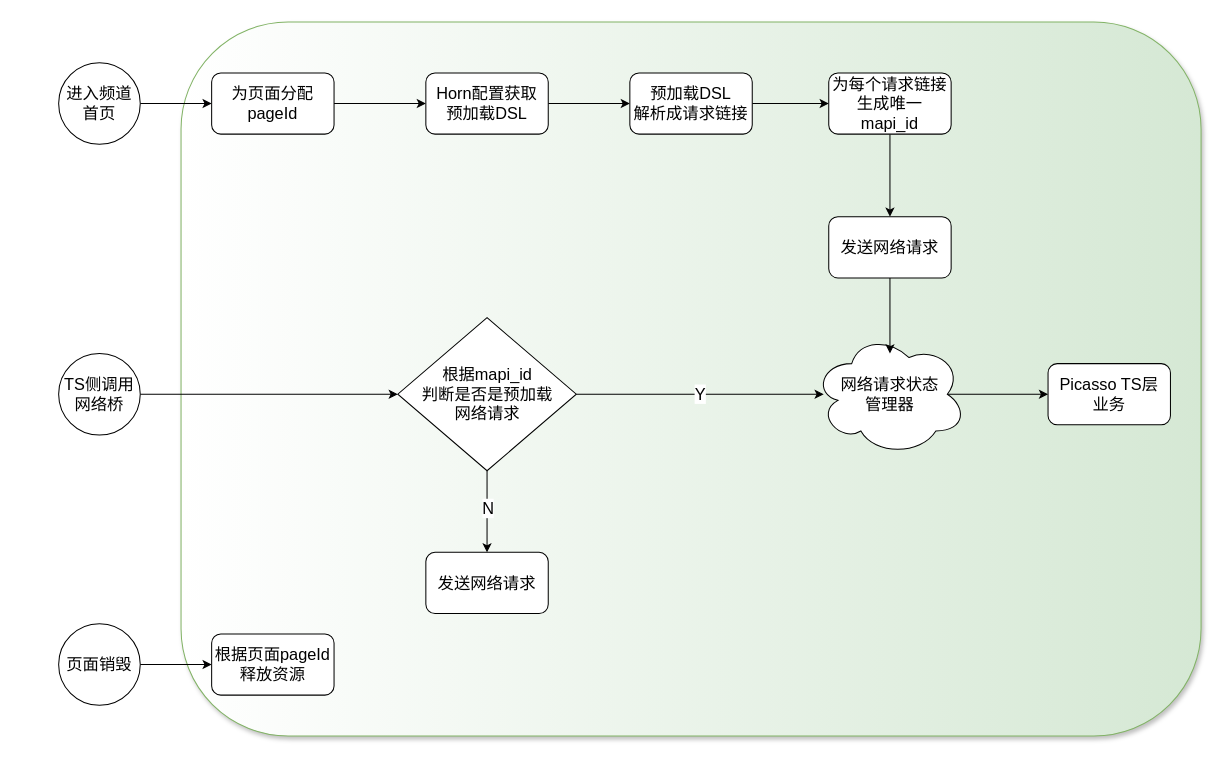
Above: page "第 6 页" (6 of 8) of 频道首页执行流程.drawio in hpk1994/shophome (draw.io), before the change. Source tidied: cells renumbered, new cells numbered last; positions are measured from the earlier drawing's top-left corner, leaving out a move shared by most shapes. Both pictures are drawn from the tidied source at 102%, with x=0, y=0 at pixel (58, 21).
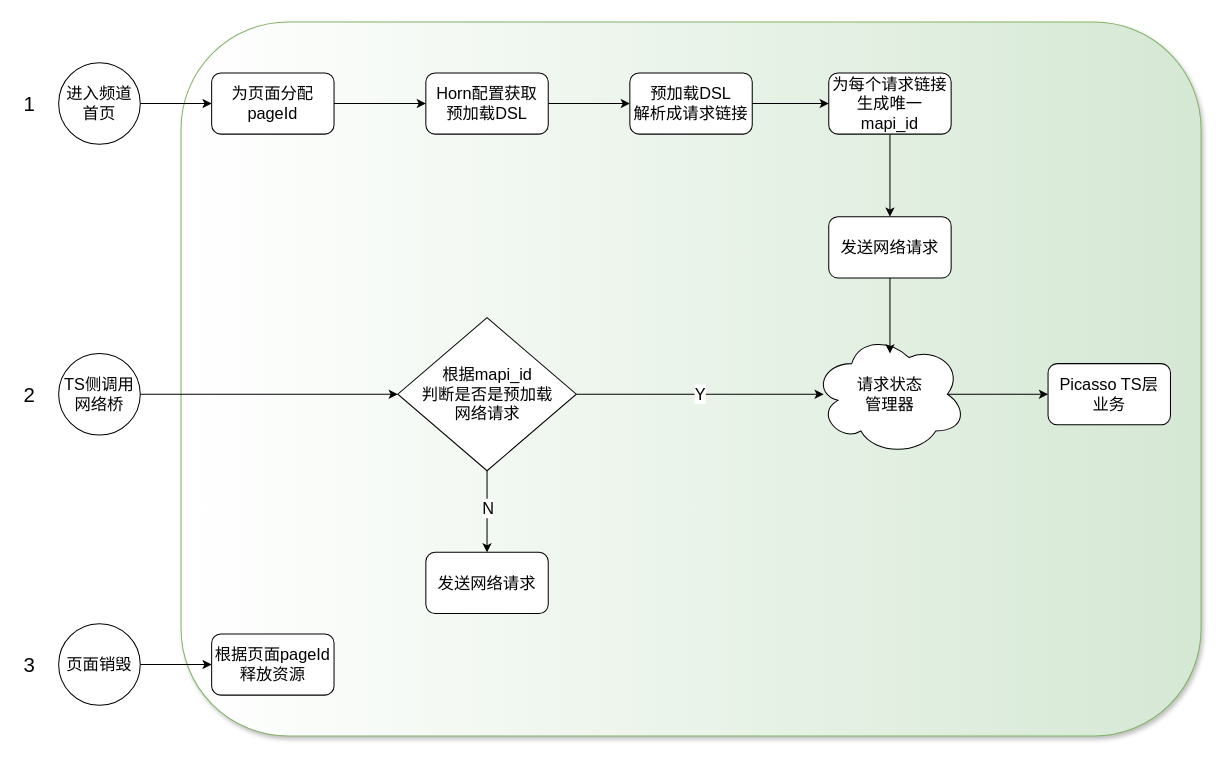
The same diagram, later.

Diff of the diagram source:
```diff
@@
-    <mxCell id="19" value="网络请求状态&lt;br&gt;管理器" style="ellipse;shape=cloud;whiteSpace=wrap;html=1;fontSize=16;" parent="1" vertex="1">
+    <mxCell id="19" value="请求状态&lt;br&gt;管理器" style="ellipse;shape=cloud;whiteSpace=wrap;html=1;fontSize=16;" parent="1" vertex="1">
       <mxGeometry x="740" y="305" width="150" height="120" as="geometry" />
     </mxCell>
@@
+    <mxCell id="29" value="&lt;font style=&quot;font-size: 20px&quot;&gt;1&lt;/font&gt;" style="text;html=1;align=center;verticalAlign=middle;fontSize=16;" parent="1" vertex="1">
+      <mxGeometry x="-40" y="67.5" width="21" height="25" as="geometry" />
+    </mxCell>
+    <mxCell id="30" value="&lt;span style=&quot;font-size: 20px&quot;&gt;2&lt;/span&gt;" style="text;html=1;align=center;verticalAlign=middle;fontSize=16;" parent="1" vertex="1">
+      <mxGeometry x="-40" y="352.5" width="21" height="25" as="geometry" />
+    </mxCell>
+    <mxCell id="31" value="&lt;span style=&quot;font-size: 20px&quot;&gt;3&lt;/span&gt;" style="text;html=1;align=center;verticalAlign=middle;fontSize=16;" parent="1" vertex="1">
+      <mxGeometry x="-40" y="617.5" width="21" height="25" as="geometry" />
+    </mxCell>
```
